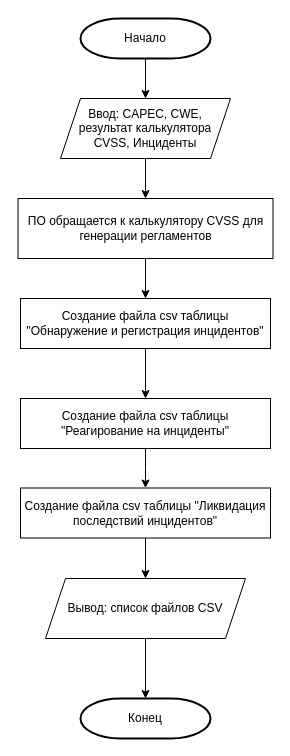
SmirnovBogdan8/Diplom keeps this draw.io diagram as Algorithm_OPZ/(3. ЧР) Алгоритм Генерация регламентов.drawio. Above is the earlier version. Source tidied: cells renumbered, new cells numbered last; positions are measured from the earlier drawing's top-left corner, leaving out a move shared by most shapes. Both pictures are drawn from the tidied source at 100%, with x=0, y=0 at pixel (18, 18).
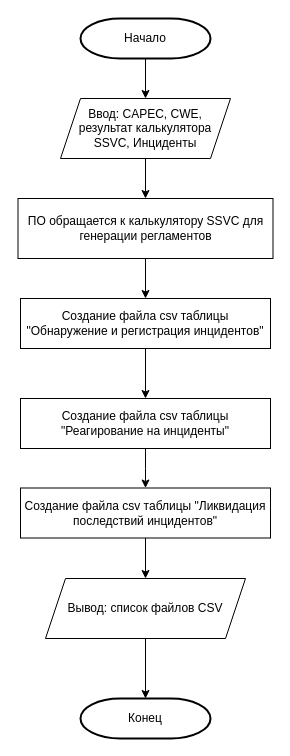
Above is the later version.

Diff of the diagram source:
```diff
@@
 <mxGraphModel>
   <root>
     <mxCell id="0" />
     <mxCell id="1" parent="0" />
     <mxCell id="2" style="edgeStyle=orthogonalEdgeStyle;rounded=0;jettySize=auto;html=1;" parent="1" edge="1" source="3" target="6">
       <mxGeometry relative="1" as="geometry" />
     </mxCell>
     <mxCell id="3" value="Начало" style="strokeWidth=2;html=1;shape=mxgraph.flowchart.terminator;whiteSpace=wrap;" parent="1" vertex="1">
       <mxGeometry x="62" width="130" height="40" as="geometry" />
     </mxCell>
     <mxCell id="4" value="Конец" style="strokeWidth=2;html=1;shape=mxgraph.flowchart.terminator;whiteSpace=wrap;" parent="1" vertex="1">
       <mxGeometry x="62" y="680" width="130" height="40" as="geometry" />
     </mxCell>
     <mxCell id="5" style="edgeStyle=orthogonalEdgeStyle;rounded=0;jettySize=auto;html=1;" parent="1" edge="1" source="6" target="8">
       <mxGeometry relative="1" as="geometry" />
     </mxCell>
-    <mxCell id="6" value="Ввод: CAPEC, CWE, результат калькулятора CVSS, Инциденты" style="shape=parallelogram;perimeter=parallelogramPerimeter;whiteSpace=wrap;html=1;fixedSize=1;" parent="1" vertex="1">
+    <mxCell id="6" value="Ввод: CAPEC, CWE, результат калькулятора SSVC, Инциденты" style="shape=parallelogram;perimeter=parallelogramPerimeter;whiteSpace=wrap;html=1;fixedSize=1;" parent="1" vertex="1">
       <mxGeometry x="42" y="80" width="170" height="60" as="geometry" />
     </mxCell>
     <mxCell id="7" style="edgeStyle=orthogonalEdgeStyle;rounded=0;jettySize=auto;html=1;" parent="1" edge="1" source="8" target="10">
       <mxGeometry relative="1" as="geometry" />
     </mxCell>
-    <mxCell id="8" value="ПО обращается к калькулятору CVSS для генерации регламентов" style="rounded=0;whiteSpace=wrap;html=1;" parent="1" vertex="1">
+    <mxCell id="8" value="ПО обращается к калькулятору SSVC для генерации регламентов" style="rounded=0;whiteSpace=wrap;html=1;" parent="1" vertex="1">
       <mxGeometry x="-0.5" y="180" width="255" height="60" as="geometry" />
     </mxCell>
     <mxCell id="9" style="edgeStyle=orthogonalEdgeStyle;rounded=0;jettySize=auto;html=1;" parent="1" edge="1" source="10" target="14">
       <mxGeometry relative="1" as="geometry" />
     </mxCell>
     <mxCell id="10" value="Создание файла csv таблицы &quot;Обнаружение и регистрация инцидентов&quot;" style="rounded=0;whiteSpace=wrap;html=1;" parent="1" vertex="1">
       <mxGeometry x="2" y="280" width="250" height="50" as="geometry" />
     </mxCell>
     <mxCell id="11" style="edgeStyle=orthogonalEdgeStyle;rounded=0;jettySize=auto;html=1;" parent="1" edge="1" source="12" target="4">
       <mxGeometry relative="1" as="geometry" />
     </mxCell>
     <mxCell id="12" value="Вывод: список файлов CSV" style="shape=parallelogram;perimeter=parallelogramPerimeter;whiteSpace=wrap;html=1;fixedSize=1;" parent="1" vertex="1">
       <mxGeometry x="27" y="560" width="200" height="60" as="geometry" />
     </mxCell>
     <mxCell id="13" style="edgeStyle=orthogonalEdgeStyle;rounded=0;jettySize=auto;html=1;" parent="1" edge="1" source="14" target="16">
       <mxGeometry relative="1" as="geometry" />
     </mxCell>
     <mxCell id="14" value="Создание файла csv таблицы &quot;Реагирование на инциденты&quot;" style="rounded=0;whiteSpace=wrap;html=1;" parent="1" vertex="1">
       <mxGeometry x="2" y="380" width="250" height="50" as="geometry" />
     </mxCell>
     <mxCell id="15" style="edgeStyle=orthogonalEdgeStyle;rounded=0;jettySize=auto;html=1;" parent="1" edge="1" source="16" target="12">
       <mxGeometry relative="1" as="geometry" />
     </mxCell>
     <mxCell id="16" value="Создание файла csv таблицы &quot;Ликвидация последствий инцидентов&quot;" style="rounded=0;whiteSpace=wrap;html=1;" parent="1" vertex="1">
       <mxGeometry x="2" y="469.5" width="250" height="50" as="geometry" />
     </mxCell>
   </root>
 </mxGraphModel>
```
